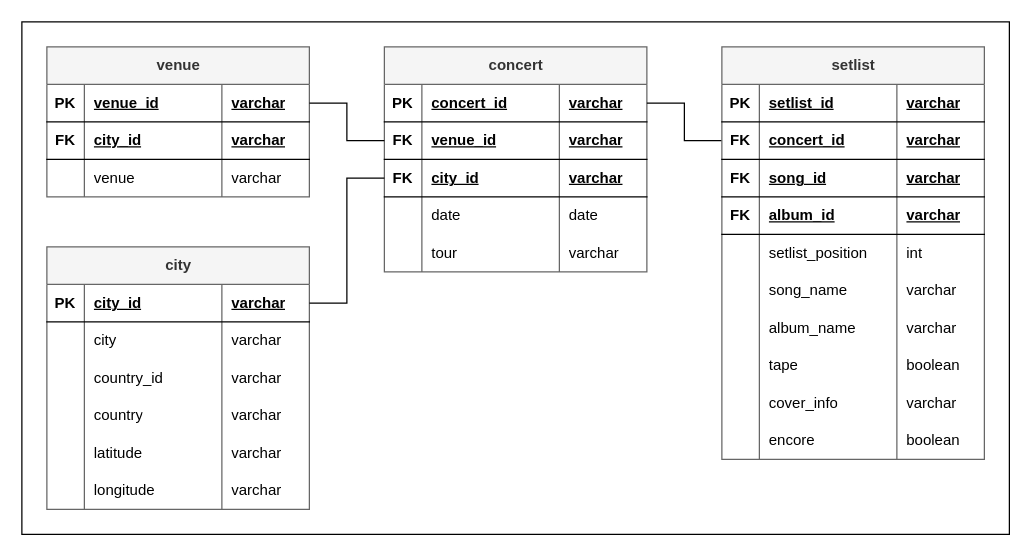
Earlier version of the draw.io diagram ER_diagram/im_concert_tracker_er_diagram.drawio (thomasjenny/im-concert-tracker). Source tidied: cells renumbered, new cells numbered last; positions are measured from the earlier drawing's top-left corner, leaving out a move shared by most shapes. Both pictures are drawn from the tidied source at 125%, with x=0, y=0 at pixel (21, 21).
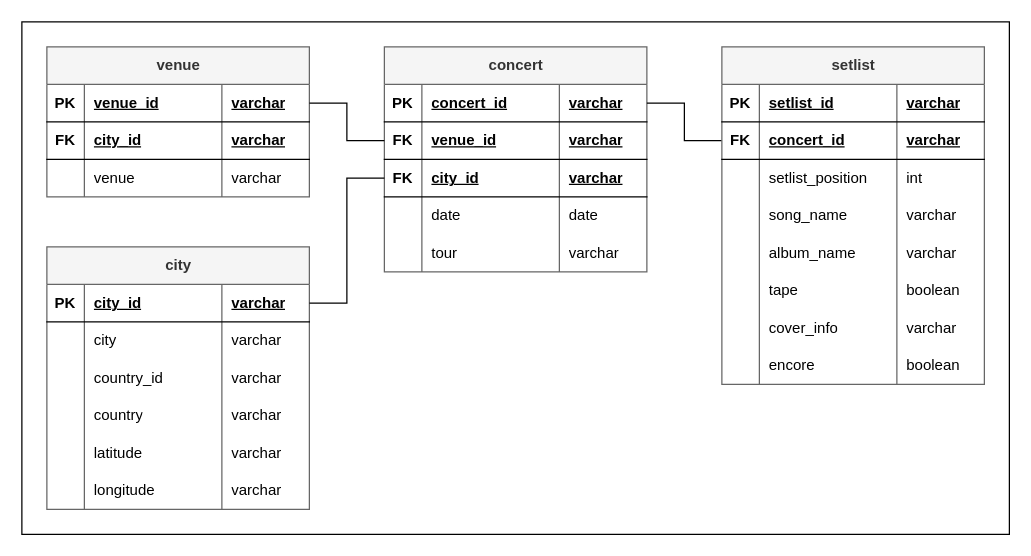
The same diagram, later.

Commit message (it also covers changes not shown here):
Adjust ER diagram

The edit, as a diff of the source:
```diff
@@
     <mxCell id="65" value="setlist" style="shape=table;startSize=30;childLayout=tableLayout;rowLines=0;fontStyle=1;align=center;html=1;swimlaneFillColor=#FFFFFF;fillColor=#f5f5f5;strokeColor=#666666;fontColor=#333333;" parent="1" vertex="1">
-      <mxGeometry x="560" y="20" width="210" height="330" as="geometry" />
+      <mxGeometry x="560" y="20" width="210" height="270" as="geometry" />
     </mxCell>
@@
-    <mxCell id="74" style="shape=tableRow;horizontal=0;startSize=0;swimlaneHead=0;swimlaneBody=0;fillColor=none;top=0;left=0;right=0;bottom=1;" parent="65" vertex="1">
-      <mxGeometry y="90" width="210" height="30" as="geometry" />
-    </mxCell>
-    <mxCell id="75" value="FK" style="shape=partialRectangle;fillColor=none;top=0;left=0;bottom=0;right=0;fontStyle=1;overflow=hidden;whiteSpace=wrap;html=1;" parent="74" vertex="1">
-      <mxGeometry width="30" height="30" as="geometry" />
-    </mxCell>
-    <mxCell id="76" value="song_id" style="shape=partialRectangle;fillColor=none;top=0;left=0;bottom=0;right=0;align=left;spacingLeft=6;fontStyle=5;overflow=hidden;whiteSpace=wrap;html=1;" parent="74" vertex="1">
-      <mxGeometry x="30" width="110" height="30" as="geometry" />
-    </mxCell>
-    <mxCell id="77" value="varchar" style="shape=partialRectangle;fillColor=none;top=0;left=0;bottom=0;right=0;align=left;spacingLeft=6;fontStyle=5;overflow=hidden;whiteSpace=wrap;html=1;" parent="74" vertex="1">
-      <mxGeometry x="140" width="70" height="30" as="geometry" />
-    </mxCell>
-    <mxCell id="78" style="shape=tableRow;horizontal=0;startSize=0;swimlaneHead=0;swimlaneBody=0;fillColor=none;top=0;left=0;right=0;bottom=1;" parent="65" vertex="1">
-      <mxGeometry y="120" width="210" height="30" as="geometry" />
-    </mxCell>
-    <mxCell id="79" value="FK" style="shape=partialRectangle;fillColor=none;top=0;left=0;bottom=0;right=0;fontStyle=1;overflow=hidden;whiteSpace=wrap;html=1;" parent="78" vertex="1">
-      <mxGeometry width="30" height="30" as="geometry" />
-    </mxCell>
-    <mxCell id="80" value="album_id" style="shape=partialRectangle;fillColor=none;top=0;left=0;bottom=0;right=0;align=left;spacingLeft=6;fontStyle=5;overflow=hidden;whiteSpace=wrap;html=1;" parent="78" vertex="1">
-      <mxGeometry x="30" width="110" height="30" as="geometry" />
-    </mxCell>
-    <mxCell id="81" value="varchar" style="shape=partialRectangle;fillColor=none;top=0;left=0;bottom=0;right=0;align=left;spacingLeft=6;fontStyle=5;overflow=hidden;whiteSpace=wrap;html=1;" parent="78" vertex="1">
-      <mxGeometry x="140" width="70" height="30" as="geometry" />
-    </mxCell>
     <mxCell id="82" style="shape=tableRow;horizontal=0;startSize=0;swimlaneHead=0;swimlaneBody=0;fillColor=none;top=0;left=0;right=0;bottom=0;" parent="65" vertex="1">
-      <mxGeometry y="150" width="210" height="30" as="geometry" />
+      <mxGeometry y="90" width="210" height="30" as="geometry" />
     </mxCell>
@@
     <mxCell id="86" style="shape=tableRow;horizontal=0;startSize=0;swimlaneHead=0;swimlaneBody=0;fillColor=none;top=0;left=0;right=0;bottom=0;" parent="65" vertex="1">
-      <mxGeometry y="180" width="210" height="30" as="geometry" />
+      <mxGeometry y="120" width="210" height="30" as="geometry" />
     </mxCell>
@@
     <mxCell id="90" style="shape=tableRow;horizontal=0;startSize=0;swimlaneHead=0;swimlaneBody=0;fillColor=none;top=0;left=0;right=0;bottom=0;" parent="65" vertex="1">
-      <mxGeometry y="210" width="210" height="30" as="geometry" />
+      <mxGeometry y="150" width="210" height="30" as="geometry" />
     </mxCell>
@@
     <mxCell id="94" style="shape=tableRow;horizontal=0;startSize=0;swimlaneHead=0;swimlaneBody=0;fillColor=none;top=0;left=0;right=0;bottom=0;" parent="65" vertex="1">
-      <mxGeometry y="240" width="210" height="30" as="geometry" />
+      <mxGeometry y="180" width="210" height="30" as="geometry" />
     </mxCell>
@@
     <mxCell id="98" style="shape=tableRow;horizontal=0;startSize=0;swimlaneHead=0;swimlaneBody=0;fillColor=none;top=0;left=0;right=0;bottom=0;" parent="65" vertex="1">
-      <mxGeometry y="270" width="210" height="30" as="geometry" />
+      <mxGeometry y="210" width="210" height="30" as="geometry" />
     </mxCell>
@@
     <mxCell id="102" style="shape=tableRow;horizontal=0;startSize=0;swimlaneHead=0;swimlaneBody=0;fillColor=none;top=0;left=0;right=0;bottom=0;" parent="65" vertex="1">
-      <mxGeometry y="300" width="210" height="30" as="geometry" />
+      <mxGeometry y="240" width="210" height="30" as="geometry" />
     </mxCell>
```
